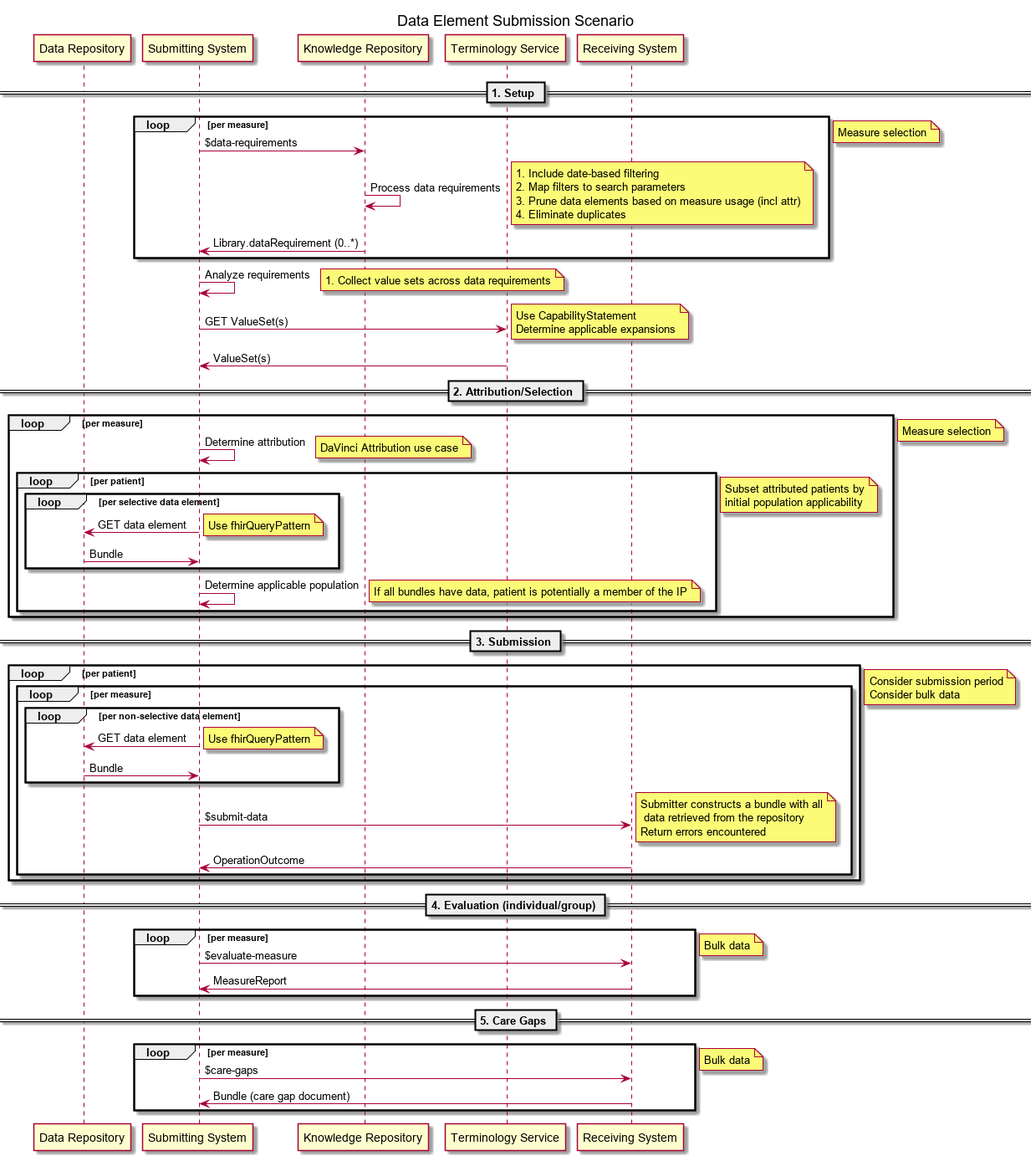
Before: input/images/Data_Element_Submission_Scenario.png, a diagram exported from PlantUML (HL7/cqf-measures).
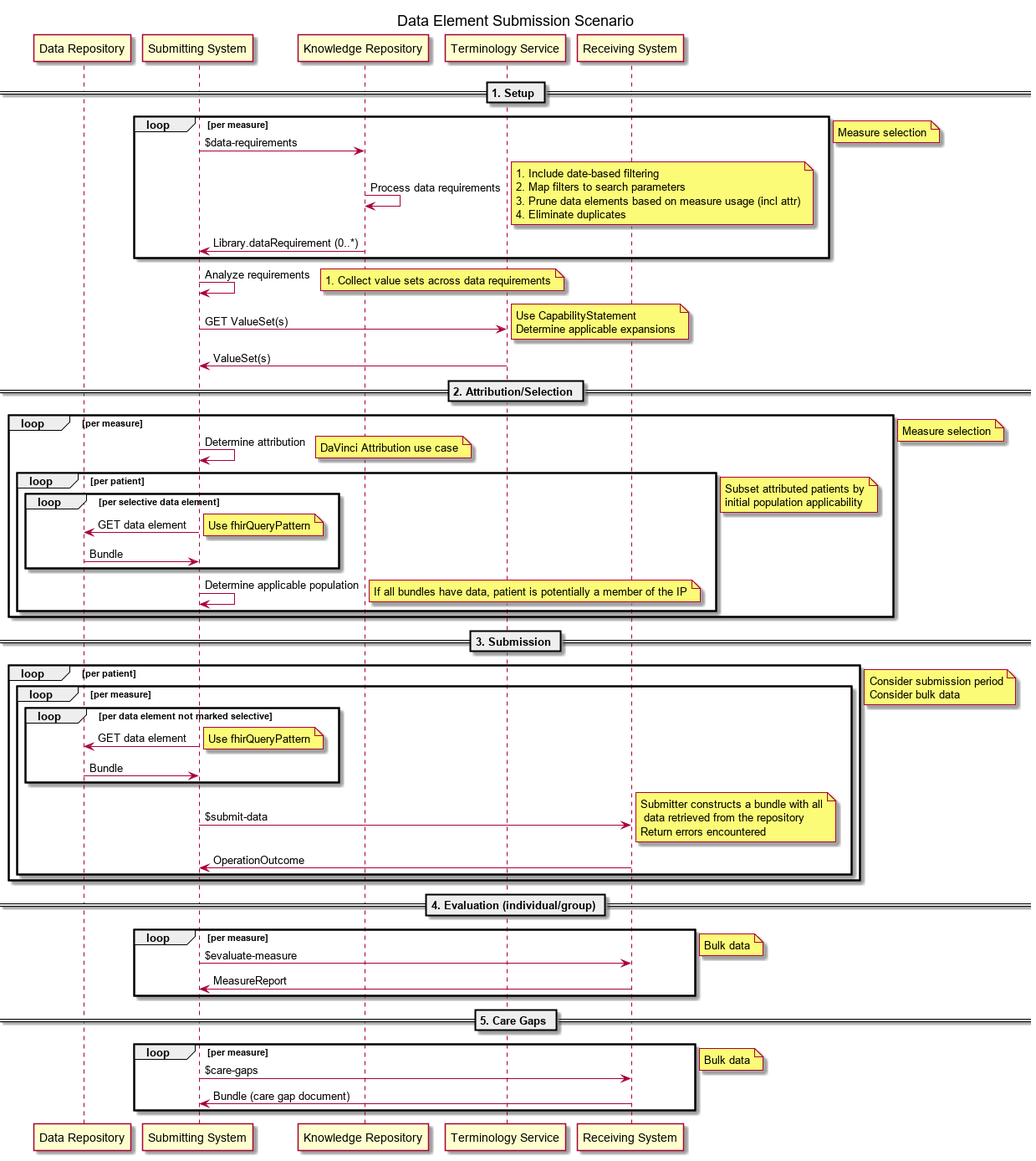
The same diagram one commit later.

Commit message:
Clarified use case separation between QM IG and DEQM IG.

The edit, as a diff of the source:
```diff
@@ -40,7 +40,7 @@
 == 3. Submission ==
 loop per patient
     loop per measure
-        loop per non-selective data element
+        loop per data element not marked selective
             Submitter -> DR: GET data element
             note right: Use fhirQueryPattern
             DR -> Submitter: Bundle
```
